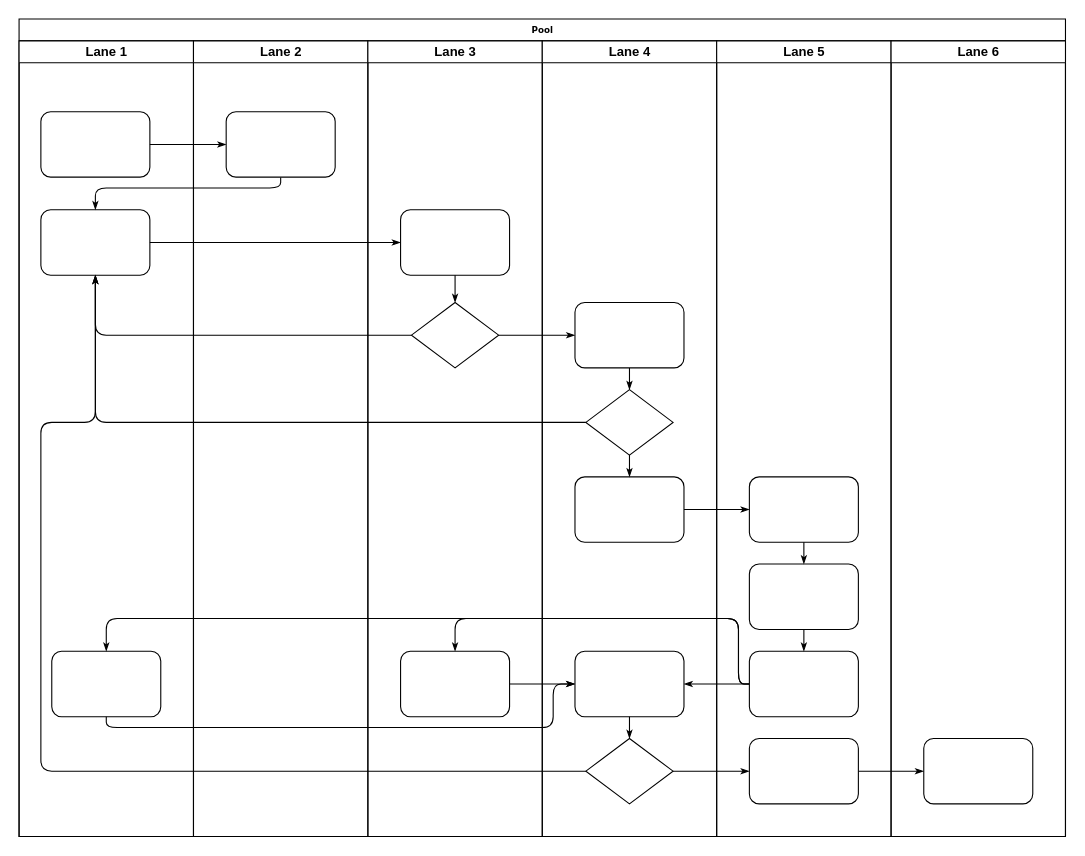
The draw.io diagram Untitled Diagram.drawio in joh126/v_project, before the edit. Source tidied: cells renumbered, new cells numbered last; positions are measured from the earlier drawing's top-left corner, leaving out a move shared by most shapes. Both pictures are drawn from the tidied source at 109%, with x=0, y=0 at pixel (19, 19).
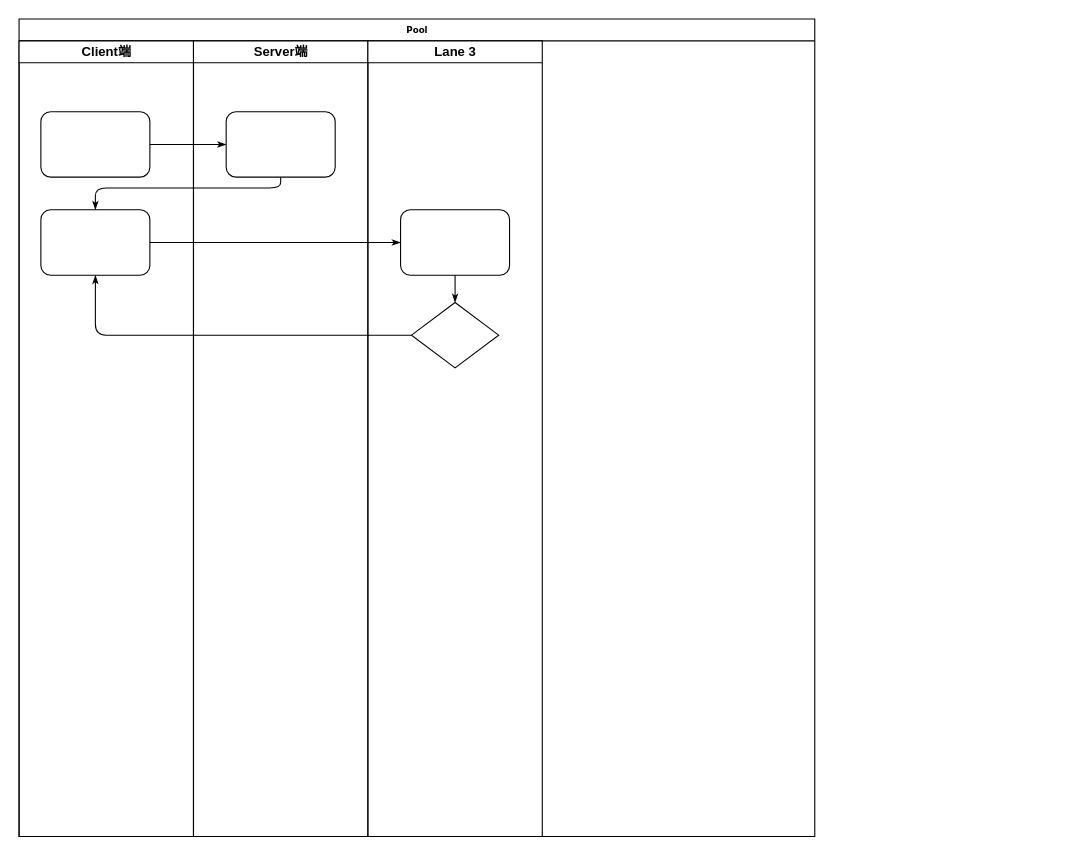
Above is the later version.

Unchanged cells that the change refers to:
```xml
<mxCell id="5" style="rounded=1;whiteSpace=wrap;html=1;shadow=0;labelBackgroundColor=none;strokeWidth=1;fontFamily=Verdana;fontSize=8;align=center;" parent="3" vertex="1">
  <mxGeometry x="20" y="155" width="100" height="60" as="geometry" />
</mxCell>
<mxCell id="24" value="Lane 3" style="swimlane;html=1;startSize=20;" parent="2" vertex="1">
  <mxGeometry x="320" y="20" width="160" height="730" as="geometry" />
</mxCell>
<mxCell id="26" style="rhombus;whiteSpace=wrap;html=1;rounded=0;shadow=0;labelBackgroundColor=none;strokeWidth=1;fontFamily=Verdana;fontSize=8;align=center;" parent="24" vertex="1">
  <mxGeometry x="40" y="240" width="80" height="60" as="geometry" />
</mxCell>
```

Change to the diagram source:
```diff
@@
     <mxCell id="2" value="Pool" style="swimlane;html=1;startSize=20;rounded=0;shadow=0;labelBackgroundColor=none;strokeWidth=1;fontFamily=Verdana;fontSize=8;align=center;" parent="1" vertex="1">
-      <mxGeometry width="960" height="750" as="geometry" />
+      <mxGeometry width="730" height="750" as="geometry" />
     </mxCell>
-    <mxCell id="3" value="Lane 1" style="swimlane;html=1;startSize=20;" parent="2" vertex="1">
+    <mxCell id="3" value="Client端" style="swimlane;html=1;startSize=20;" parent="2" vertex="1">
       <mxGeometry y="20" width="160" height="730" as="geometry" />
     </mxCell>
@@
-    <mxCell id="6" style="rounded=1;whiteSpace=wrap;html=1;shadow=0;labelBackgroundColor=none;strokeWidth=1;fontFamily=Verdana;fontSize=8;align=center;" parent="3" vertex="1">
-      <mxGeometry x="30" y="560" width="100" height="60" as="geometry" />
-    </mxCell>
@@
-    <mxCell id="11" style="edgeStyle=orthogonalEdgeStyle;rounded=1;html=1;labelBackgroundColor=none;startArrow=none;startFill=0;startSize=5;endArrow=classicThin;endFill=1;endSize=5;jettySize=auto;strokeWidth=1;fontFamily=Verdana;fontSize=8;" parent="2" edge="1" source="31" target="5">
-      <mxGeometry relative="1" as="geometry" />
-    </mxCell>
-    <mxCell id="12" style="edgeStyle=orthogonalEdgeStyle;rounded=1;html=1;labelBackgroundColor=none;startArrow=none;startFill=0;startSize=5;endArrow=classicThin;endFill=1;endSize=5;jettySize=auto;strokeWidth=1;fontFamily=Verdana;fontSize=8;" parent="2" edge="1" source="34" target="5">
-      <mxGeometry relative="1" as="geometry">
-        <Array as="points">
-          <mxPoint x="20" y="690" />
-          <mxPoint x="20" y="370" />
-          <mxPoint x="70" y="370" />
-        </Array>
-      </mxGeometry>
-    </mxCell>
-    <mxCell id="13" style="edgeStyle=orthogonalEdgeStyle;rounded=1;html=1;labelBackgroundColor=none;startArrow=none;startFill=0;startSize=5;endArrow=classicThin;endFill=1;endSize=5;jettySize=auto;strokeWidth=1;fontFamily=Verdana;fontSize=8;" parent="2" edge="1" source="26" target="30">
-      <mxGeometry relative="1" as="geometry" />
-    </mxCell>
-    <mxCell id="14" style="edgeStyle=orthogonalEdgeStyle;rounded=1;html=1;labelBackgroundColor=none;startArrow=none;startFill=0;startSize=5;endArrow=classicThin;endFill=1;endSize=5;jettySize=auto;strokeWidth=1;fontFamily=Verdana;fontSize=8;" parent="2" edge="1" source="34" target="42">
-      <mxGeometry relative="1" as="geometry" />
-    </mxCell>
-    <mxCell id="15" style="edgeStyle=orthogonalEdgeStyle;rounded=1;html=1;labelBackgroundColor=none;startArrow=none;startFill=0;startSize=5;endArrow=classicThin;endFill=1;endSize=5;jettySize=auto;strokeWidth=1;fontFamily=Verdana;fontSize=8;" parent="2" edge="1" source="42" target="46">
-      <mxGeometry relative="1" as="geometry" />
-    </mxCell>
-    <mxCell id="16" style="edgeStyle=orthogonalEdgeStyle;rounded=1;html=1;labelBackgroundColor=none;startArrow=none;startFill=0;startSize=5;endArrow=classicThin;endFill=1;endSize=5;jettySize=auto;strokeWidth=1;fontFamily=Verdana;fontSize=8;" parent="2" edge="1" source="32" target="39">
-      <mxGeometry relative="1" as="geometry" />
-    </mxCell>
-    <mxCell id="17" style="edgeStyle=orthogonalEdgeStyle;rounded=1;html=1;labelBackgroundColor=none;startArrow=none;startFill=0;startSize=5;endArrow=classicThin;endFill=1;endSize=5;jettySize=auto;strokeWidth=1;fontFamily=Verdana;fontSize=8;" parent="2" edge="1" source="41" target="27">
-      <mxGeometry relative="1" as="geometry">
-        <Array as="points">
-          <mxPoint x="660" y="610" />
-          <mxPoint x="660" y="550" />
-          <mxPoint x="400" y="550" />
-        </Array>
-      </mxGeometry>
-    </mxCell>
-    <mxCell id="18" style="edgeStyle=orthogonalEdgeStyle;rounded=1;html=1;labelBackgroundColor=none;startArrow=none;startFill=0;startSize=5;endArrow=classicThin;endFill=1;endSize=5;jettySize=auto;strokeColor=#000000;strokeWidth=1;fontFamily=Verdana;fontSize=8;fontColor=#000000;" parent="2" edge="1" source="41" target="33">
-      <mxGeometry relative="1" as="geometry" />
-    </mxCell>
-    <mxCell id="19" style="edgeStyle=orthogonalEdgeStyle;rounded=1;html=1;labelBackgroundColor=none;startArrow=none;startFill=0;startSize=5;endArrow=classicThin;endFill=1;endSize=5;jettySize=auto;strokeWidth=1;fontFamily=Verdana;fontSize=8;" parent="2" edge="1" source="41" target="6">
-      <mxGeometry relative="1" as="geometry">
-        <Array as="points">
-          <mxPoint x="660" y="610" />
-          <mxPoint x="660" y="550" />
-          <mxPoint x="80" y="550" />
-        </Array>
-      </mxGeometry>
-    </mxCell>
-    <mxCell id="20" style="edgeStyle=orthogonalEdgeStyle;rounded=1;html=1;labelBackgroundColor=none;startArrow=none;startFill=0;startSize=5;endArrow=classicThin;endFill=1;endSize=5;jettySize=auto;strokeWidth=1;fontFamily=Verdana;fontSize=8;" parent="2" edge="1" source="6" target="33">
-      <mxGeometry relative="1" as="geometry">
-        <Array as="points">
-          <mxPoint x="80" y="650" />
-          <mxPoint x="490" y="650" />
-          <mxPoint x="490" y="610" />
-        </Array>
-      </mxGeometry>
-    </mxCell>
-    <mxCell id="21" style="edgeStyle=orthogonalEdgeStyle;rounded=1;html=1;labelBackgroundColor=none;startArrow=none;startFill=0;startSize=5;endArrow=classicThin;endFill=1;endSize=5;jettySize=auto;strokeWidth=1;fontFamily=Verdana;fontSize=8;" parent="2" edge="1" source="27" target="33">
-      <mxGeometry relative="1" as="geometry" />
-    </mxCell>
-    <mxCell id="22" value="Lane 2" style="swimlane;html=1;startSize=20;" parent="2" vertex="1">
+    <mxCell id="22" value="Server端" style="swimlane;html=1;startSize=20;" parent="2" vertex="1">
       <mxGeometry x="160" y="20" width="160" height="730" as="geometry" />
     </mxCell>
@@
-    <mxCell id="27" style="rounded=1;whiteSpace=wrap;html=1;shadow=0;labelBackgroundColor=none;strokeWidth=1;fontFamily=Verdana;fontSize=8;align=center;" parent="24" vertex="1">
-      <mxGeometry x="30" y="560" width="100" height="60" as="geometry" />
-    </mxCell>
@@
-    <mxCell id="29" value="Lane 4" style="swimlane;html=1;startSize=20;" parent="2" vertex="1">
-      <mxGeometry x="480" y="20" width="160" height="730" as="geometry" />
-    </mxCell>
-    <mxCell id="30" style="rounded=1;whiteSpace=wrap;html=1;shadow=0;labelBackgroundColor=none;strokeWidth=1;fontFamily=Verdana;fontSize=8;align=center;" parent="29" vertex="1">
-      <mxGeometry x="30" y="240" width="100" height="60" as="geometry" />
-    </mxCell>
-    <mxCell id="31" style="rhombus;whiteSpace=wrap;html=1;rounded=0;shadow=0;labelBackgroundColor=none;strokeWidth=1;fontFamily=Verdana;fontSize=8;align=center;" parent="29" vertex="1">
-      <mxGeometry x="40" y="320" width="80" height="60" as="geometry" />
-    </mxCell>
-    <mxCell id="32" style="rounded=1;whiteSpace=wrap;html=1;shadow=0;labelBackgroundColor=none;strokeWidth=1;fontFamily=Verdana;fontSize=8;align=center;" parent="29" vertex="1">
-      <mxGeometry x="30" y="400" width="100" height="60" as="geometry" />
-    </mxCell>
-    <mxCell id="33" style="rounded=1;whiteSpace=wrap;html=1;shadow=0;labelBackgroundColor=none;strokeWidth=1;fontFamily=Verdana;fontSize=8;align=center;" parent="29" vertex="1">
-      <mxGeometry x="30" y="560" width="100" height="60" as="geometry" />
-    </mxCell>
-    <mxCell id="34" style="rhombus;whiteSpace=wrap;html=1;rounded=0;shadow=0;labelBackgroundColor=none;strokeWidth=1;fontFamily=Verdana;fontSize=8;align=center;" parent="29" vertex="1">
-      <mxGeometry x="40" y="640" width="80" height="60" as="geometry" />
-    </mxCell>
-    <mxCell id="35" style="edgeStyle=orthogonalEdgeStyle;rounded=1;html=1;labelBackgroundColor=none;startArrow=none;startFill=0;startSize=5;endArrow=classicThin;endFill=1;endSize=5;jettySize=auto;strokeColor=#000000;strokeWidth=1;fontFamily=Verdana;fontSize=8;fontColor=#000000;" parent="29" edge="1" source="30" target="31">
-      <mxGeometry relative="1" as="geometry" />
-    </mxCell>
-    <mxCell id="36" style="edgeStyle=orthogonalEdgeStyle;rounded=1;html=1;labelBackgroundColor=none;startArrow=none;startFill=0;startSize=5;endArrow=classicThin;endFill=1;endSize=5;jettySize=auto;strokeWidth=1;fontFamily=Verdana;fontSize=8;" parent="29" edge="1" source="31" target="32">
-      <mxGeometry relative="1" as="geometry" />
-    </mxCell>
-    <mxCell id="37" style="edgeStyle=orthogonalEdgeStyle;rounded=1;html=1;labelBackgroundColor=none;startArrow=none;startFill=0;startSize=5;endArrow=classicThin;endFill=1;endSize=5;jettySize=auto;strokeWidth=1;fontFamily=Verdana;fontSize=8;" parent="29" edge="1" source="33" target="34">
-      <mxGeometry relative="1" as="geometry" />
-    </mxCell>
-    <mxCell id="38" value="Lane 5" style="swimlane;html=1;startSize=20;" parent="2" vertex="1">
-      <mxGeometry x="640" y="20" width="160" height="730" as="geometry" />
-    </mxCell>
-    <mxCell id="39" style="rounded=1;whiteSpace=wrap;html=1;shadow=0;labelBackgroundColor=none;strokeWidth=1;fontFamily=Verdana;fontSize=8;align=center;" parent="38" vertex="1">
-      <mxGeometry x="30" y="400" width="100" height="60" as="geometry" />
-    </mxCell>
-    <mxCell id="40" style="rounded=1;whiteSpace=wrap;html=1;shadow=0;labelBackgroundColor=none;strokeWidth=1;fontFamily=Verdana;fontSize=8;align=center;" parent="38" vertex="1">
-      <mxGeometry x="30" y="480" width="100" height="60" as="geometry" />
-    </mxCell>
-    <mxCell id="41" style="rounded=1;whiteSpace=wrap;html=1;shadow=0;labelBackgroundColor=none;strokeWidth=1;fontFamily=Verdana;fontSize=8;align=center;" parent="38" vertex="1">
-      <mxGeometry x="30" y="560" width="100" height="60" as="geometry" />
-    </mxCell>
-    <mxCell id="42" style="rounded=1;whiteSpace=wrap;html=1;shadow=0;labelBackgroundColor=none;strokeWidth=1;fontFamily=Verdana;fontSize=8;align=center;" parent="38" vertex="1">
-      <mxGeometry x="30" y="640" width="100" height="60" as="geometry" />
-    </mxCell>
-    <mxCell id="43" style="edgeStyle=orthogonalEdgeStyle;rounded=1;html=1;labelBackgroundColor=none;startArrow=none;startFill=0;startSize=5;endArrow=classicThin;endFill=1;endSize=5;jettySize=auto;strokeWidth=1;fontFamily=Verdana;fontSize=8;" parent="38" edge="1" source="39" target="40">
-      <mxGeometry relative="1" as="geometry" />
-    </mxCell>
-    <mxCell id="44" style="edgeStyle=orthogonalEdgeStyle;rounded=1;html=1;labelBackgroundColor=none;startArrow=none;startFill=0;startSize=5;endArrow=classicThin;endFill=1;endSize=5;jettySize=auto;strokeWidth=1;fontFamily=Verdana;fontSize=8;" parent="38" edge="1" source="40" target="41">
-      <mxGeometry relative="1" as="geometry" />
-    </mxCell>
-    <mxCell id="45" value="Lane 6" style="swimlane;html=1;startSize=20;" parent="2" vertex="1">
-      <mxGeometry x="800" y="20" width="160" height="730" as="geometry" />
-    </mxCell>
-    <mxCell id="46" style="rounded=1;whiteSpace=wrap;html=1;shadow=0;labelBackgroundColor=none;strokeWidth=1;fontFamily=Verdana;fontSize=8;align=center;" parent="45" vertex="1">
-      <mxGeometry x="30" y="640" width="100" height="60" as="geometry" />
-    </mxCell>
```
